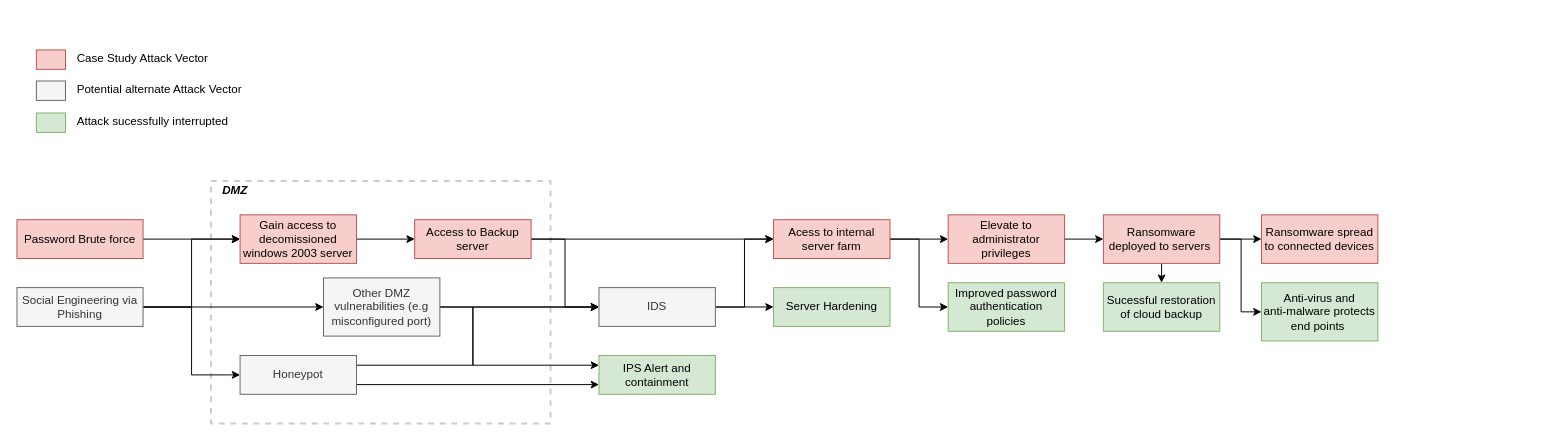
The draw.io diagram Attack_vector_diagram.drawio in Jeenix/info-sec, before the edit. Source tidied: cells renumbered, new cells numbered last; positions are measured from the earlier drawing's top-left corner, leaving out a move shared by most shapes. Both pictures are drawn from the tidied source at 97%, with x=0, y=0 at pixel (16, 45).
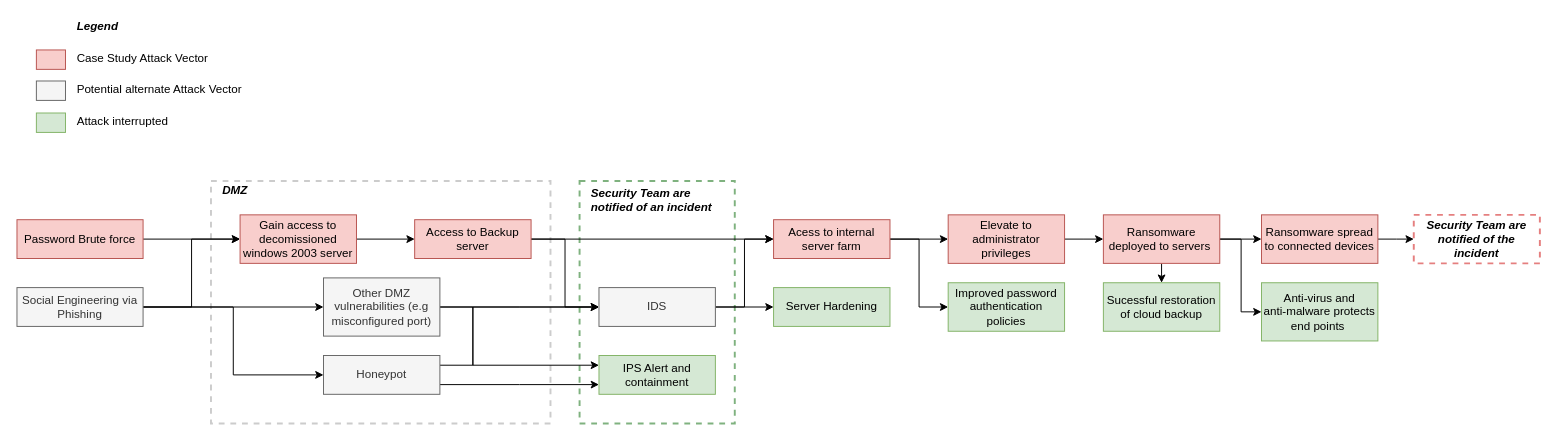
Above is the later version.

The change refers to these unchanged cells:
```xml
<mxCell id="38" value="Ransomware spread to connected devices" style="rounded=0;whiteSpace=wrap;html=1;fontSize=12;glass=0;strokeWidth=1;shadow=0;fillColor=#f8cecc;strokeColor=#b85450;" parent="1" vertex="1">
  <mxGeometry x="1283" y="175" width="120" height="50" as="geometry" />
</mxCell>
<mxCell id="42" value="IDS" style="rounded=0;whiteSpace=wrap;html=1;fontSize=12;glass=0;strokeWidth=1;shadow=0;fillColor=#f5f5f5;strokeColor=#666666;fontColor=#333333;" parent="1" vertex="1">
  <mxGeometry x="600" y="250" width="120" height="40" as="geometry" />
</mxCell>
```

The edit, as a diff of the source:
```diff
@@
+    <mxCell id="45" style="whiteSpace=wrap;html=1;fillColor=none;dashed=1;strokeColor=#006600;strokeWidth=2;opacity=50;" parent="1" vertex="1">
+      <mxGeometry x="580" y="140" width="160" height="250" as="geometry" />
+    </mxCell>
@@
     <mxCell id="29" value="Honeypot" style="rounded=0;whiteSpace=wrap;html=1;fontSize=12;glass=0;strokeWidth=1;shadow=0;fillColor=#f5f5f5;strokeColor=#666666;fontColor=#333333;" parent="1" vertex="1">
-      <mxGeometry x="230" y="320" width="120" height="40" as="geometry" />
+      <mxGeometry x="316" y="320" width="120" height="40" as="geometry" />
     </mxCell>
@@
-    <mxCell id="33" value="&lt;font face=&quot;helvetica&quot;&gt;&lt;span style=&quot;background-color: rgb(255 , 255 , 255)&quot;&gt;Attack sucessfully interrupted&lt;/span&gt;&lt;/font&gt;" style="text;whiteSpace=wrap;html=1;align=left;rounded=0;" parent="1" vertex="1">
+    <mxCell id="33" value="&lt;font face=&quot;helvetica&quot;&gt;&lt;span style=&quot;background-color: rgb(255 , 255 , 255)&quot;&gt;Attack interrupted&lt;/span&gt;&lt;/font&gt;" style="text;whiteSpace=wrap;html=1;align=left;rounded=0;" parent="1" vertex="1">
       <mxGeometry x="60" y="65" width="230" height="30" as="geometry" />
     </mxCell>
@@
+    <mxCell id="46" style="edgeStyle=elbowEdgeStyle;shape=connector;rounded=0;jettySize=auto;html=1;exitX=1;exitY=0.5;exitDx=0;exitDy=0;labelBackgroundColor=default;fontFamily=Helvetica;fontSize=11;fontColor=default;endArrow=classic;strokeColor=default;" parent="1" edge="1" source="38" target="48">
+      <mxGeometry relative="1" as="geometry" />
+    </mxCell>
@@
+    <mxCell id="47" value="Security Team are &lt;br&gt;notified of an incident" style="text;html=1;align=left;verticalAlign=middle;fillColor=none;strokeColor=none;rounded=0;fontStyle=3;" parent="1" vertex="1">
+      <mxGeometry x="590" y="145" width="140" height="30" as="geometry" />
+    </mxCell>
+    <mxCell id="48" value="&lt;b&gt;&lt;i&gt;Security Team are notified of the incident&lt;/i&gt;&lt;/b&gt;" style="whiteSpace=wrap;html=1;fillColor=none;dashed=1;strokeColor=#CC0000;strokeWidth=2;opacity=50;" parent="1" vertex="1">
+      <mxGeometry x="1440" y="175" width="130" height="50" as="geometry" />
+    </mxCell>
+    <mxCell id="49" style="edgeStyle=elbowEdgeStyle;shape=connector;rounded=0;orthogonalLoop=1;jettySize=auto;html=1;entryX=0.5;entryY=1;entryDx=0;entryDy=0;labelBackgroundColor=default;fontFamily=Helvetica;fontSize=11;fontColor=default;endArrow=classic;strokeColor=default;" parent="1" edge="1" source="42" target="42">
+      <mxGeometry relative="1" as="geometry" />
+    </mxCell>
+    <mxCell id="50" value="Legend" style="text;html=1;align=left;verticalAlign=middle;fillColor=none;strokeColor=none;rounded=0;fontStyle=3;" parent="1" vertex="1">
+      <mxGeometry x="60" y="-29" width="60" height="20" as="geometry" />
+    </mxCell>
```
